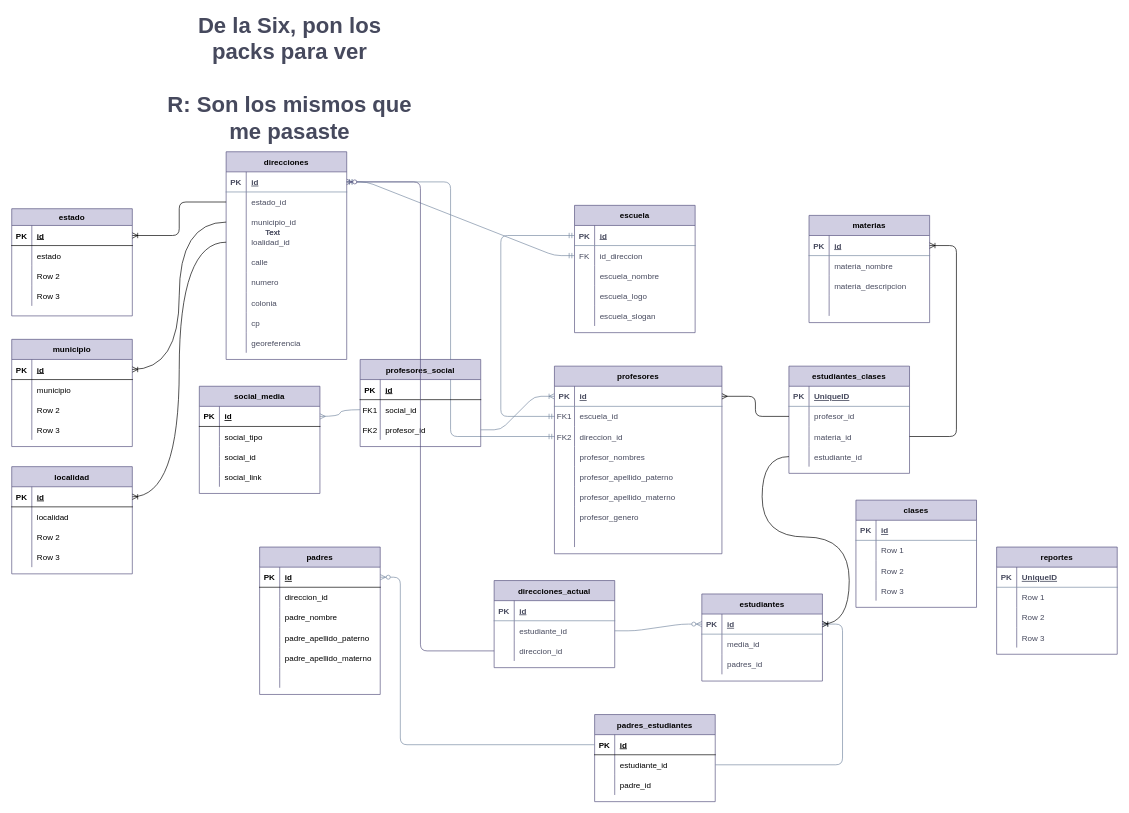
Above: er_main.drawio in mateomtz199/er_normal (draw.io), before the change. Source tidied: cells renumbered, new cells numbered last; positions are measured from the earlier drawing's top-left corner, leaving out a move shared by most shapes. Both pictures are drawn from the tidied source at 67%, with x=0, y=0 at pixel (11, 71).
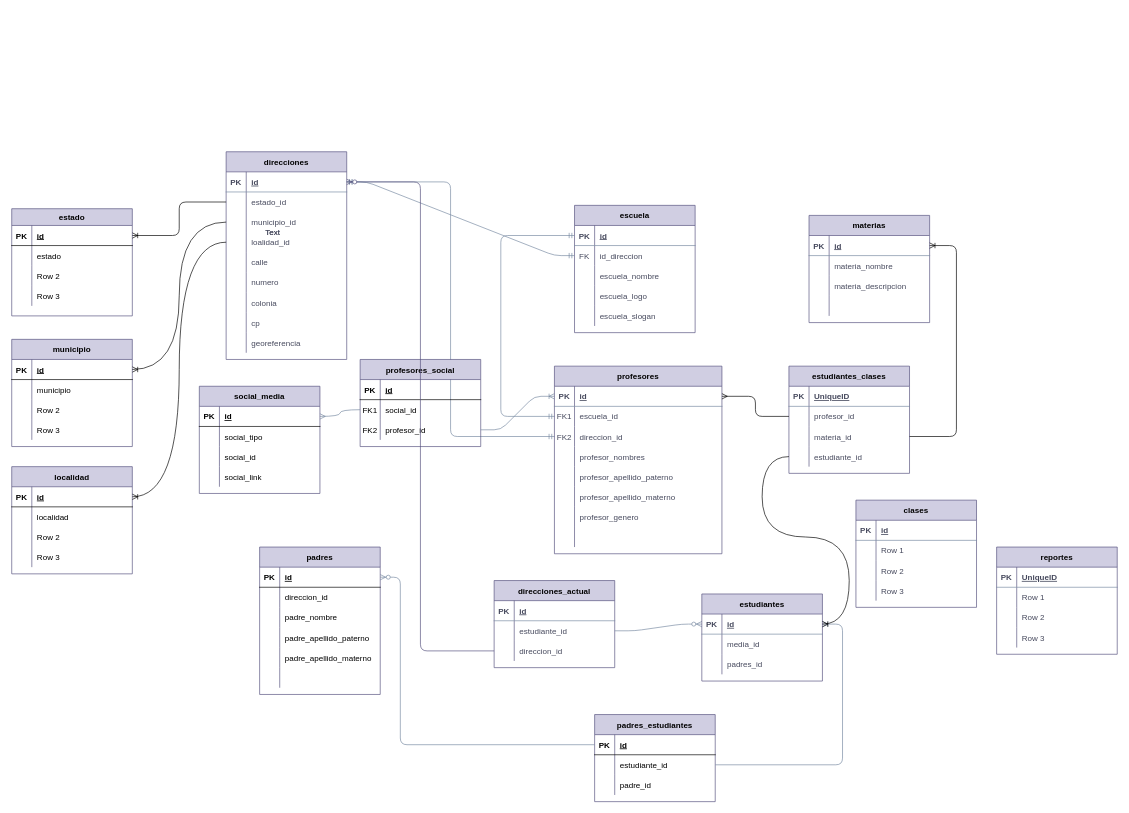
The same page after the edit.

Change to the diagram source:
```diff
@@
-    <mxCell id="252" value="&lt;b&gt;&lt;font style=&quot;font-size: 33px&quot;&gt;De la Six, pon los packs para ver&lt;br&gt;&lt;br&gt;R: Son los mismos que me pasaste&lt;br&gt;&lt;/font&gt;&lt;/b&gt;" style="text;html=1;strokeColor=none;fillColor=none;align=center;verticalAlign=middle;whiteSpace=wrap;rounded=0;sketch=0;fontColor=#46495D;strokeWidth=2;" parent="1" vertex="1">
-      <mxGeometry x="230" width="370" height="20" as="geometry" />
-    </mxCell>
```
